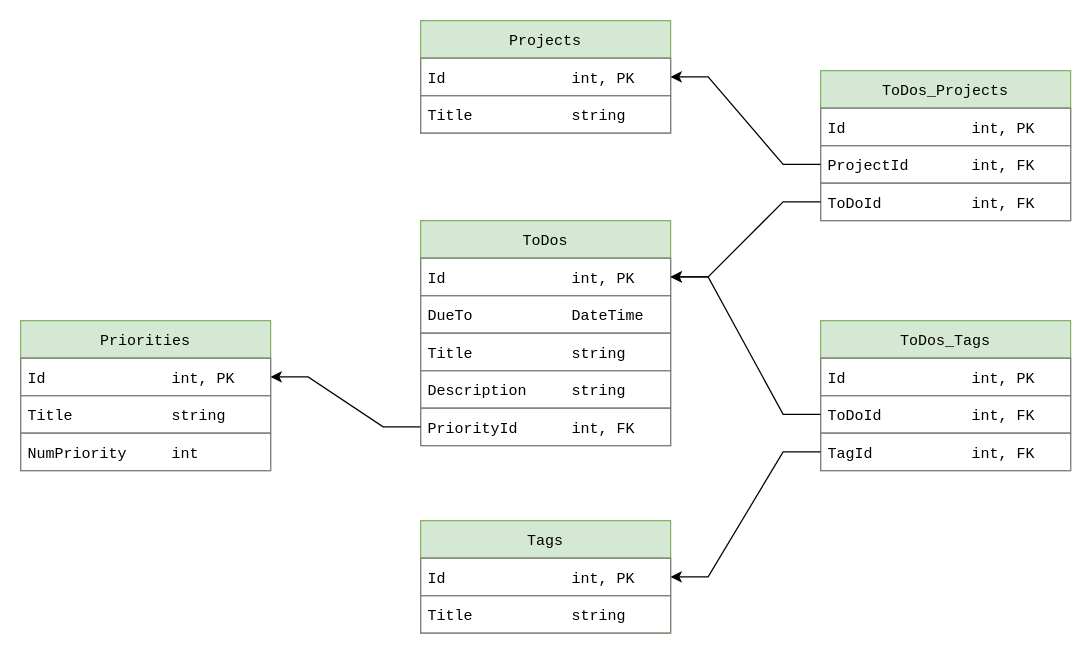
Before: docs/db_model_diagram.drawio in stragesnight/.NET_course_project, a draw.io diagram. Source tidied: cells renumbered, new cells numbered last; positions are measured from the earlier drawing's top-left corner, leaving out a move shared by most shapes. Both pictures are drawn from the tidied source at 125%, with x=0, y=0 at pixel (20, 20).
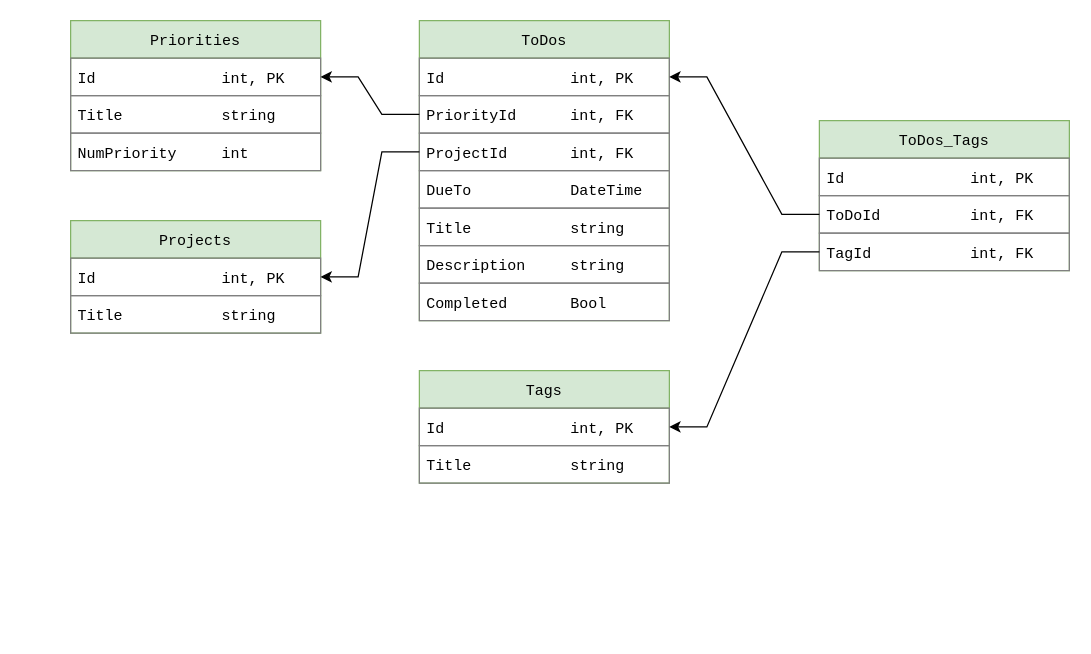
Above is the later version.

Unchanged cells that the change refers to:
```xml
<mxCell id="3" value="Id              int, PK" style="text;strokeColor=#808080;fillColor=none;align=left;verticalAlign=middle;spacingLeft=4;spacingRight=4;overflow=hidden;points=[[0,0.5],[1,0.5]];portConstraint=eastwest;shadow=0;sketch=0;fontFamily=Courier New;" parent="2" vertex="1">
  <mxGeometry y="30" width="200" height="30" as="geometry" />
</mxCell>
<mxCell id="23" value="Id              int, PK" style="text;strokeColor=#808080;fillColor=none;align=left;verticalAlign=middle;spacingLeft=4;spacingRight=4;overflow=hidden;points=[[0,0.5],[1,0.5]];portConstraint=eastwest;fontFamily=Courier New;shadow=0;sketch=0;" parent="22" vertex="1">
  <mxGeometry y="30" width="200" height="30" as="geometry" />
</mxCell>
```

The edit, as a diff of the source:
```diff
@@
     <mxCell id="2" value="ToDos" style="swimlane;fontStyle=0;horizontal=1;startSize=30;shadow=0;sketch=0;rounded=0;glass=0;fontFamily=Courier New;fillColor=#d5e8d4;strokeColor=#82b366;" parent="1" vertex="1">
-      <mxGeometry x="320" y="160" width="200" height="180" as="geometry" />
+      <mxGeometry x="319" width="200" height="240" as="geometry" />
     </mxCell>
@@
+    <mxCell id="7" value="PriorityId      int, FK" style="text;strokeColor=#808080;fillColor=none;align=left;verticalAlign=middle;spacingLeft=4;spacingRight=4;overflow=hidden;points=[[0,0.5],[1,0.5]];portConstraint=eastwest;fontFamily=Courier New;" parent="2" vertex="1">
+      <mxGeometry y="60" width="200" height="30" as="geometry" />
+    </mxCell>
+    <mxCell id="27" value="ProjectId       int, FK" style="text;strokeColor=#808080;fillColor=none;align=left;verticalAlign=middle;spacingLeft=4;spacingRight=4;overflow=hidden;points=[[0,0.5],[1,0.5]];portConstraint=eastwest;fontFamily=Courier New;" parent="2" vertex="1">
+      <mxGeometry y="90" width="200" height="30" as="geometry" />
+    </mxCell>
     <mxCell id="4" value="DueTo           DateTime" style="text;strokeColor=#808080;fillColor=none;align=left;verticalAlign=middle;spacingLeft=4;spacingRight=4;overflow=hidden;fontFamily=Courier New;" parent="2" vertex="1">
-      <mxGeometry y="60" width="200" height="30" as="geometry" />
+      <mxGeometry y="120" width="200" height="30" as="geometry" />
     </mxCell>
     <mxCell id="5" value="Title           string" style="text;strokeColor=#808080;fillColor=none;align=left;verticalAlign=middle;spacingLeft=4;spacingRight=4;overflow=hidden;fontFamily=Courier New;" parent="2" vertex="1">
-      <mxGeometry y="90" width="200" height="30" as="geometry" />
+      <mxGeometry y="150" width="200" height="30" as="geometry" />
     </mxCell>
     <mxCell id="6" value="Description     string" style="text;strokeColor=#808080;fillColor=none;align=left;verticalAlign=middle;spacingLeft=4;spacingRight=4;overflow=hidden;fontFamily=Courier New;" parent="2" vertex="1">
-      <mxGeometry y="120" width="200" height="30" as="geometry" />
+      <mxGeometry y="180" width="200" height="30" as="geometry" />
     </mxCell>
-    <mxCell id="7" value="PriorityId      int, FK" style="text;strokeColor=#808080;fillColor=none;align=left;verticalAlign=middle;spacingLeft=4;spacingRight=4;overflow=hidden;points=[[0,0.5],[1,0.5]];portConstraint=eastwest;fontFamily=Courier New;" parent="2" vertex="1">
-      <mxGeometry y="150" width="200" height="30" as="geometry" />
-    </mxCell>
+    <mxCell id="31" value="Completed       Bool" style="text;strokeColor=#808080;fillColor=none;align=left;verticalAlign=middle;spacingLeft=4;spacingRight=4;overflow=hidden;fontFamily=Courier New;" parent="2" vertex="1">
+      <mxGeometry y="210" width="200" height="30" as="geometry" />
+    </mxCell>
     <mxCell id="8" value="Priorities" style="swimlane;fontStyle=0;horizontal=1;startSize=30;rounded=0;shadow=0;glass=0;sketch=0;fontFamily=Courier New;fillColor=#d5e8d4;strokeColor=#82b366;" parent="1" vertex="1">
-      <mxGeometry y="240" width="200" height="120" as="geometry" />
+      <mxGeometry x="40" width="200" height="120" as="geometry" />
     </mxCell>
@@
     <mxCell id="13" value="Tags" style="swimlane;fontStyle=0;horizontal=1;startSize=30;rounded=0;shadow=0;glass=0;sketch=0;fontFamily=Courier New;fillColor=#d5e8d4;strokeColor=#82b366;" parent="1" vertex="1">
-      <mxGeometry x="320" y="400" width="200" height="90" as="geometry" />
+      <mxGeometry x="319" y="280" width="200" height="90" as="geometry" />
     </mxCell>
@@
     <mxCell id="16" value="ToDos_Tags" style="swimlane;fontStyle=0;horizontal=1;startSize=30;rounded=0;shadow=0;glass=0;sketch=0;fontFamily=Courier New;fillColor=#d5e8d4;strokeColor=#82b366;" parent="1" vertex="1">
-      <mxGeometry x="640" y="240" width="200" height="120" as="geometry" />
+      <mxGeometry x="639" y="80" width="200" height="120" as="geometry" />
     </mxCell>
@@
     <mxCell id="22" value="Projects" style="swimlane;fontStyle=0;horizontal=1;startSize=30;fontFamily=Courier New;fillColor=#d5e8d4;strokeColor=#82b366;shadow=0;sketch=0;rounded=0;glass=0;" parent="1" vertex="1">
-      <mxGeometry x="320" width="200" height="90" as="geometry" />
+      <mxGeometry x="40" y="160" width="200" height="90" as="geometry" />
     </mxCell>
@@
-    <mxCell id="25" value="ToDos_Projects" style="swimlane;fontStyle=0;horizontal=1;startSize=30;rounded=0;shadow=0;glass=0;sketch=0;fontFamily=Courier New;fillColor=#d5e8d4;strokeColor=#82b366;" parent="1" vertex="1">
-      <mxGeometry x="640" y="40" width="200" height="120" as="geometry" />
-    </mxCell>
-    <mxCell id="26" value="Id              int, PK" style="text;strokeColor=#808080;fillColor=none;align=left;verticalAlign=middle;spacingLeft=4;spacingRight=4;overflow=hidden;rounded=0;shadow=0;glass=0;sketch=0;fontFamily=Courier New;" parent="25" vertex="1">
-      <mxGeometry y="30" width="200" height="30" as="geometry" />
-    </mxCell>
-    <mxCell id="27" value="ProjectId       int, FK" style="text;strokeColor=#808080;fillColor=none;align=left;verticalAlign=middle;spacingLeft=4;spacingRight=4;overflow=hidden;points=[[0,0.5],[1,0.5]];portConstraint=eastwest;rounded=0;shadow=0;glass=0;sketch=0;fontFamily=Courier New;" parent="25" vertex="1">
-      <mxGeometry y="60" width="200" height="30" as="geometry" />
-    </mxCell>
-    <mxCell id="28" value="ToDoId          int, FK" style="text;strokeColor=#808080;fillColor=none;align=left;verticalAlign=middle;spacingLeft=4;spacingRight=4;overflow=hidden;points=[[0,0.5],[1,0.5]];portConstraint=eastwest;rounded=0;shadow=0;glass=0;sketch=0;fontFamily=Courier New;" parent="25" vertex="1">
-      <mxGeometry y="90" width="200" height="30" as="geometry" />
-    </mxCell>
-    <mxCell id="29" style="edgeStyle=entityRelationEdgeStyle;rounded=0;jettySize=auto;html=1;" parent="1" edge="1" source="27" target="23">
-      <mxGeometry relative="1" as="geometry" />
-    </mxCell>
-    <mxCell id="30" style="edgeStyle=entityRelationEdgeStyle;rounded=0;jettySize=auto;html=1;" parent="1" edge="1" source="28" target="3">
+    <mxCell id="30" style="edgeStyle=entityRelationEdgeStyle;rounded=0;jettySize=auto;html=1;entryX=1;entryY=0.5;entryDx=0;entryDy=0;" parent="1" edge="1" source="27" target="23">
       <mxGeometry relative="1" as="geometry" />
     </mxCell>
```
